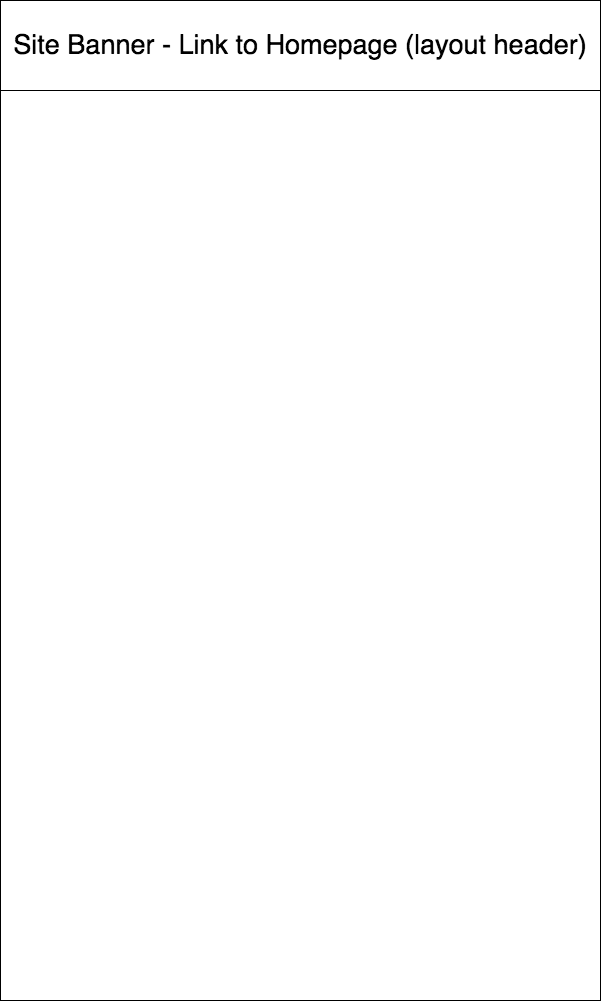
dinhosang/cc_project_1_burger_deals keeps this draw.io diagram as planning/wireframe_home_page.png. Above is the earlier version. Source tidied: cells renumbered, new cells last; positions are measured from the earlier drawing's top-left corner, leaving out a move shared by most shapes. The source it was exported from:
```xml
<mxGraphModel background="#ffffff">
  <root>
    <mxCell id="0" />
    <mxCell id="1" parent="0" />
    <mxCell id="2" style="whiteSpace=wrap;html=1;strokeWidth=1;" parent="1" vertex="1">
      <mxGeometry width="600" height="1000" as="geometry" />
    </mxCell>
    <mxCell id="3" value="&lt;font style=&quot;font-size: 27px&quot;&gt;Site Banner - Link to Homepage (layout header)&lt;/font&gt;" style="rounded=0;whiteSpace=wrap;html=1;strokeWidth=1;" parent="1" vertex="1">
      <mxGeometry width="600" height="90" as="geometry" />
    </mxCell>
  </root>
</mxGraphModel>
```
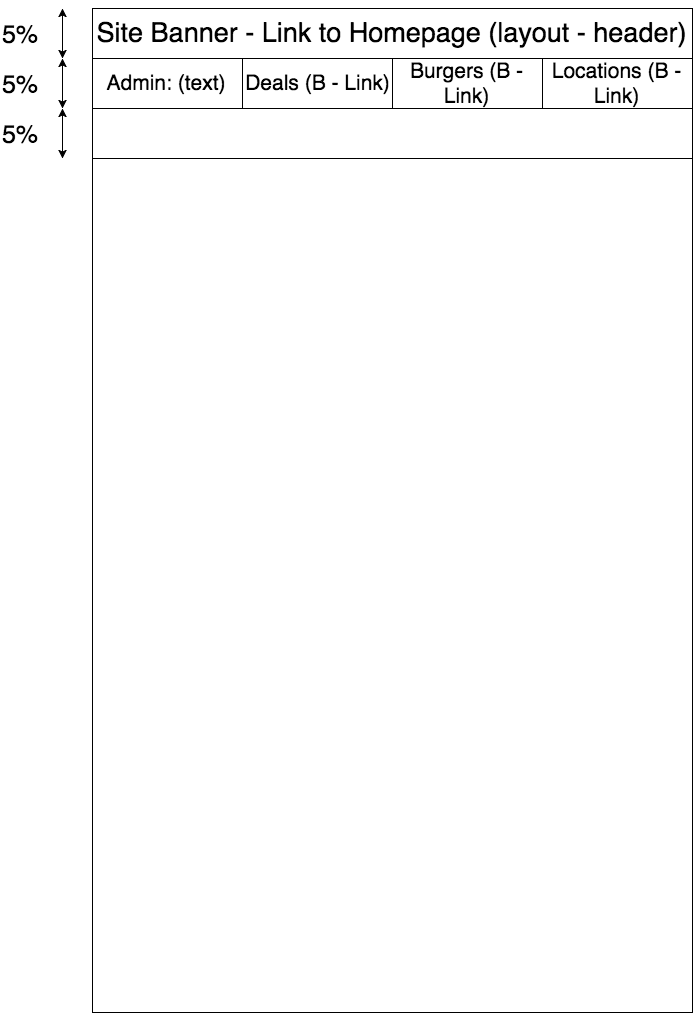
The same file after the commit.

The edit, as a diff of the source:
```diff
@@ -3,10 +3,64 @@
     <mxCell id="0" />
     <mxCell id="1" parent="0" />
     <mxCell id="2" style="whiteSpace=wrap;html=1;strokeWidth=1;" parent="1" vertex="1">
-      <mxGeometry width="600" height="1000" as="geometry" />
+      <mxGeometry y="4" width="600" height="1000" as="geometry" />
     </mxCell>
-    <mxCell id="3" value="&lt;font style=&quot;font-size: 27px&quot;&gt;Site Banner - Link to Homepage (layout header)&lt;/font&gt;" style="rounded=0;whiteSpace=wrap;html=1;strokeWidth=1;" parent="1" vertex="1">
-      <mxGeometry width="600" height="90" as="geometry" />
+    <mxCell id="3" value="&lt;font style=&quot;font-size: 27px&quot;&gt;Site Banner - Link to Homepage (layout - header)&lt;/font&gt;" style="rounded=0;whiteSpace=wrap;html=1;strokeWidth=1;" parent="1" vertex="1">
+      <mxGeometry width="600" height="50" as="geometry" />
     </mxCell>
+    <mxCell id="4" value="&lt;font style=&quot;font-size: 25px&quot;&gt;5%&amp;nbsp;&lt;/font&gt;" style="text;html=1;strokeColor=none;fillColor=none;align=center;verticalAlign=middle;whiteSpace=wrap;rounded=0;" parent="1" vertex="1">
+      <mxGeometry x="-90" width="40" height="50" as="geometry" />
+    </mxCell>
+    <mxCell id="5" style="endArrow=classic;startArrow=classic;html=1;" parent="1" edge="1">
+      <mxGeometry relative="1" as="geometry">
+        <mxPoint x="-30" y="50" as="sourcePoint" />
+        <mxPoint x="-30" as="targetPoint" />
+        <Array as="points">
+          <mxPoint x="-30" y="50" />
+        </Array>
+      </mxGeometry>
+    </mxCell>
+    <mxCell id="6" style="rounded=0;whiteSpace=wrap;html=1;strokeWidth=1;align=center;" parent="1" vertex="1">
+      <mxGeometry y="50" width="600" height="50" as="geometry" />
+    </mxCell>
+    <mxCell id="7" style="rounded=0;whiteSpace=wrap;html=1;strokeWidth=1;align=center;" parent="1" vertex="1">
+      <mxGeometry y="100" width="600" height="50" as="geometry" />
+    </mxCell>
+    <mxCell id="8" value="&lt;font style=&quot;font-size: 21px&quot;&gt;Admin: (text)&lt;/font&gt;" style="rounded=0;whiteSpace=wrap;html=1;strokeWidth=1;align=center;" parent="1" vertex="1">
+      <mxGeometry y="50" width="150" height="50" as="geometry" />
+    </mxCell>
+    <mxCell id="9" value="&lt;font style=&quot;font-size: 21px&quot;&gt;Deals (B - Link)&lt;/font&gt;" style="rounded=0;whiteSpace=wrap;html=1;strokeWidth=1;align=center;" parent="1" vertex="1">
+      <mxGeometry x="150" y="50" width="150" height="50" as="geometry" />
+    </mxCell>
+    <mxCell id="10" value="&lt;font style=&quot;font-size: 21px&quot;&gt;Burgers (B - Link)&lt;/font&gt;" style="rounded=0;whiteSpace=wrap;html=1;strokeWidth=1;align=center;" parent="1" vertex="1">
+      <mxGeometry x="300" y="50" width="150" height="50" as="geometry" />
+    </mxCell>
+    <mxCell id="11" value="&lt;font style=&quot;font-size: 21px&quot;&gt;Locations (B - Link)&lt;/font&gt;" style="rounded=0;whiteSpace=wrap;html=1;strokeWidth=1;align=center;" parent="1" vertex="1">
+      <mxGeometry x="450" y="50" width="150" height="50" as="geometry" />
+    </mxCell>
+    <mxCell id="12" style="endArrow=classic;startArrow=classic;html=1;" parent="1" edge="1">
+      <mxGeometry relative="1" as="geometry">
+        <mxPoint x="-30" y="100" as="sourcePoint" />
+        <mxPoint x="-30" y="50" as="targetPoint" />
+        <Array as="points">
+          <mxPoint x="-30" y="100" />
+        </Array>
+      </mxGeometry>
+    </mxCell>
+    <mxCell id="13" style="endArrow=classic;startArrow=classic;html=1;" parent="1" edge="1">
+      <mxGeometry relative="1" as="geometry">
+        <mxPoint x="-30" y="150" as="sourcePoint" />
+        <mxPoint x="-30" y="100" as="targetPoint" />
+        <Array as="points">
+          <mxPoint x="-30" y="150" />
+        </Array>
+      </mxGeometry>
+    </mxCell>
+    <mxCell id="14" value="&lt;font style=&quot;font-size: 25px&quot;&gt;5%&amp;nbsp;&lt;/font&gt;" style="text;html=1;strokeColor=none;fillColor=none;align=center;verticalAlign=middle;whiteSpace=wrap;rounded=0;" parent="1" vertex="1">
+      <mxGeometry x="-90" y="50" width="40" height="50" as="geometry" />
+    </mxCell>
+    <mxCell id="15" value="&lt;font style=&quot;font-size: 25px&quot;&gt;5%&amp;nbsp;&lt;/font&gt;" style="text;html=1;strokeColor=none;fillColor=none;align=center;verticalAlign=middle;whiteSpace=wrap;rounded=0;" parent="1" vertex="1">
+      <mxGeometry x="-90" y="100" width="40" height="50" as="geometry" />
+    </mxCell>
   </root>
 </mxGraphModel>
```
